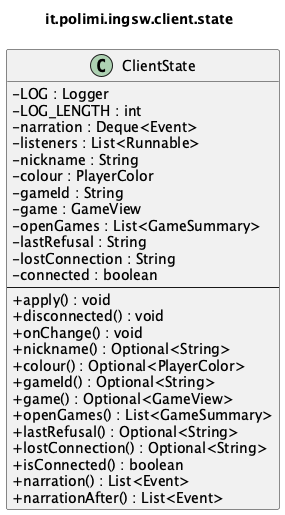
This is docs/uml/detailed/it_polimi_ingsw_client_state.png from samuelesegrini/ing-sw-2025-segrini-terribile-varricchio-zanca, a PlantUML export, as it was before one commit.
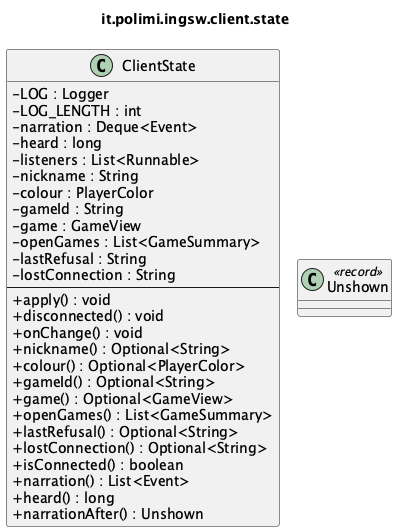
The same file after the commit.

The edit, as a diff of the source:
```diff
@@ -8,6 +8,7 @@
   -LOG : Logger
   -LOG_LENGTH : int
   -narration : Deque<Event>
+  -heard : long
   -listeners : List<Runnable>
   -nickname : String
   -colour : PlayerColor
@@ -16,7 +17,6 @@
   -openGames : List<GameSummary>
   -lastRefusal : String
   -lostConnection : String
-  -connected : boolean
   --
   +apply() : void
   +disconnected() : void
@@ -30,7 +30,10 @@
   +lostConnection() : Optional<String>
   +isConnected() : boolean
   +narration() : List<Event>
-  +narrationAfter() : List<Event>
+  +heard() : long
+  +narrationAfter() : Unshown
+}
+class Unshown <<record>> {
 }
 
 @enduml
```
